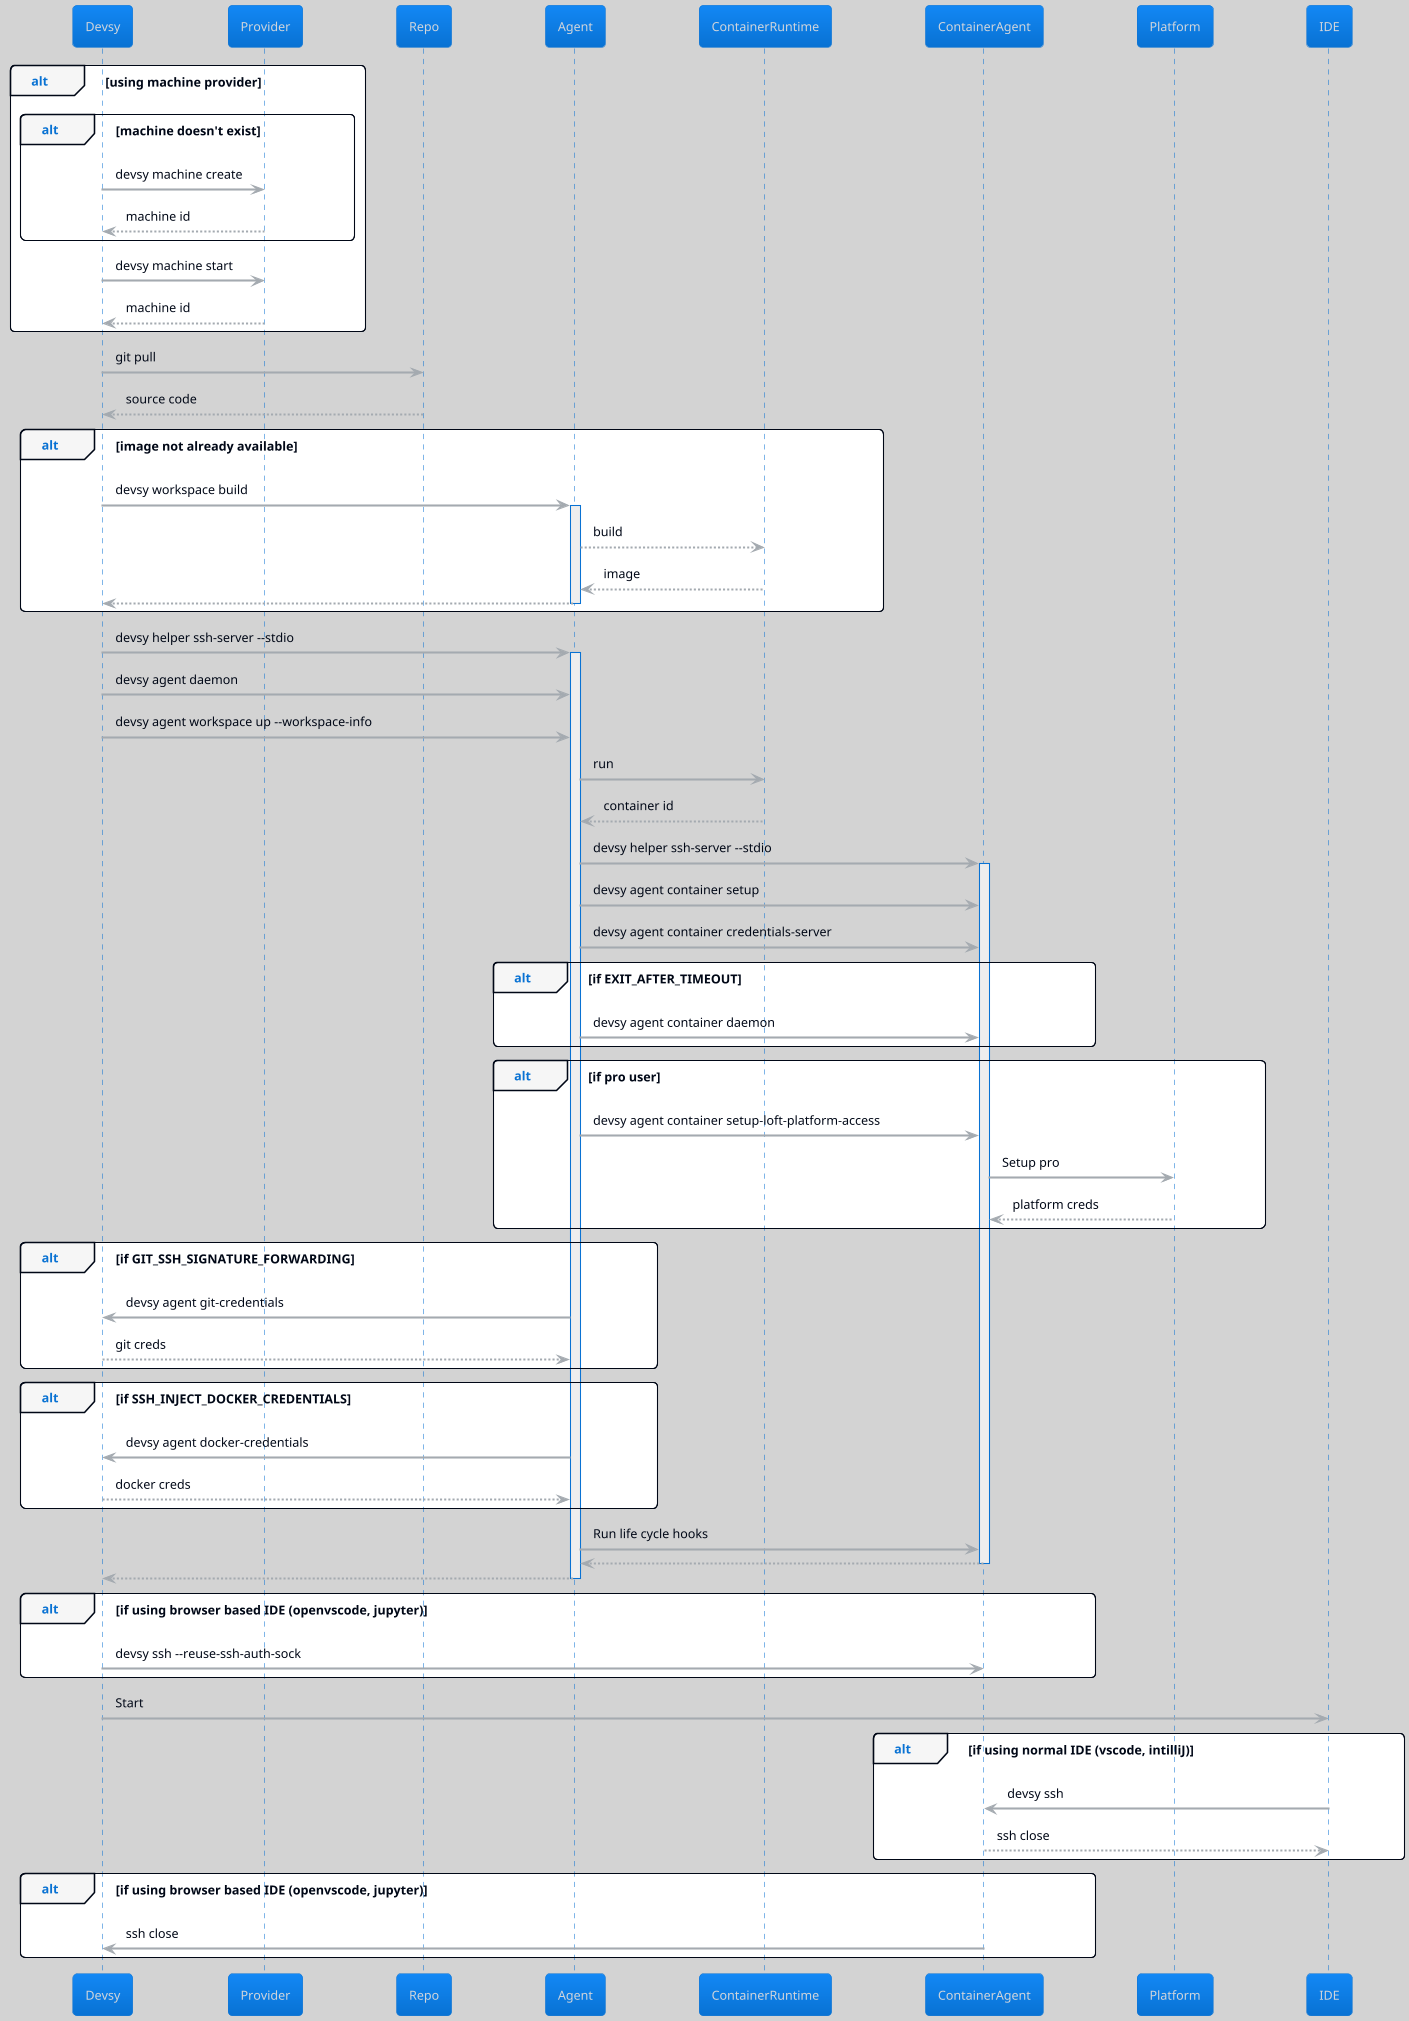
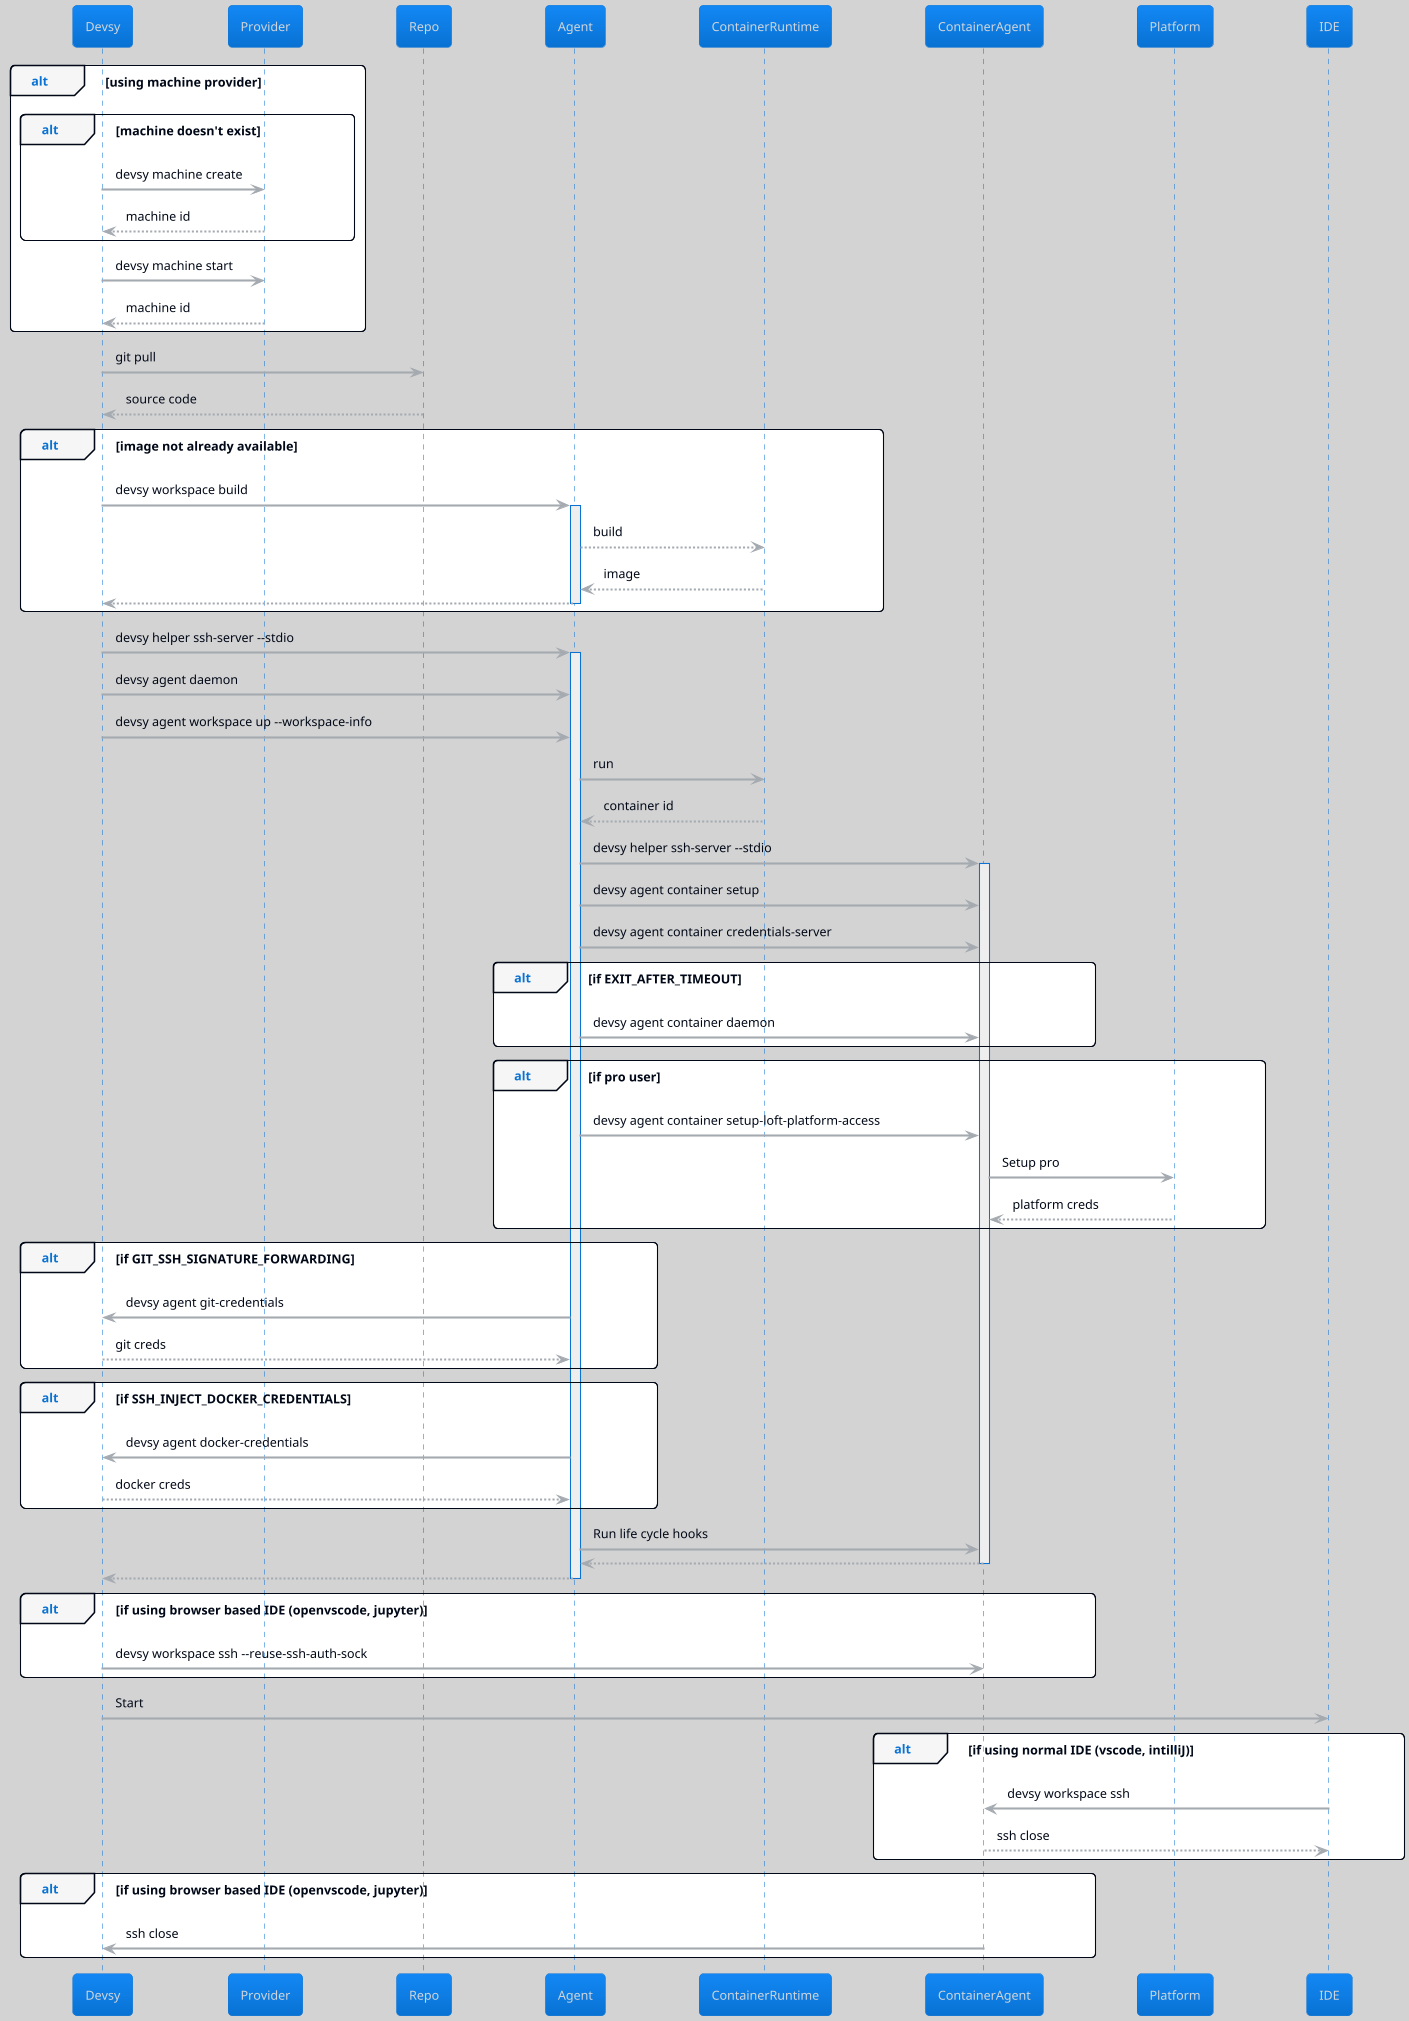
@startuml

!theme cloudscape-design
skinparam BackgroundColor lightgray

alt using machine provider
alt machine doesn't exist
Devsy -> Provider: devsy machine create
Provider --> Devsy: machine id
end
Devsy -> Provider: devsy machine start
Provider --> Devsy: machine id
end

Devsy -> Repo: git pull
Repo --> Devsy: source code

alt image not already available
Devsy -> Agent: devsy workspace build
activate Agent
Agent --> ContainerRuntime: build
ContainerRuntime --> Agent: image
Agent --> Devsy:
deactivate Agent
end

Devsy -> Agent: devsy helper ssh-server --stdio
activate Agent
Devsy -> Agent: devsy agent daemon
Devsy -> Agent: devsy agent workspace up --workspace-info

Agent -> ContainerRuntime: run
ContainerRuntime --> Agent: container id

Agent -> ContainerAgent: devsy helper ssh-server --stdio
activate ContainerAgent

Agent -> ContainerAgent: devsy agent container setup
Agent -> ContainerAgent: devsy agent container credentials-server
alt if EXIT_AFTER_TIMEOUT
Agent -> ContainerAgent: devsy agent container daemon
end

alt if pro user
Agent -> ContainerAgent: devsy agent container setup-loft-platform-access
ContainerAgent -> Platform: Setup pro
Platform --> ContainerAgent: platform creds
end

alt if GIT_SSH_SIGNATURE_FORWARDING
Agent -> Devsy: devsy agent git-credentials
Devsy --> Agent: git creds
end
alt if SSH_INJECT_DOCKER_CREDENTIALS
Agent -> Devsy: devsy agent docker-credentials
Devsy --> Agent: docker creds
end

Agent -> ContainerAgent: Run life cycle hooks

ContainerAgent --> Agent:
deactivate ContainerAgent
Agent --> Devsy:
deactivate Agent

alt if using browser based IDE (openvscode, jupyter)
- Devsy -> ContainerAgent: devsy ssh --reuse-ssh-auth-sock
+ Devsy -> ContainerAgent: devsy workspace ssh --reuse-ssh-auth-sock
end

Devsy -> IDE: Start

alt if using normal IDE (vscode, intilliJ)
- IDE -> ContainerAgent: devsy ssh
+ IDE -> ContainerAgent: devsy workspace ssh
ContainerAgent --> IDE: ssh close
end

alt if using browser based IDE (openvscode, jupyter)
ContainerAgent -> Devsy: ssh close
end


@enduml
